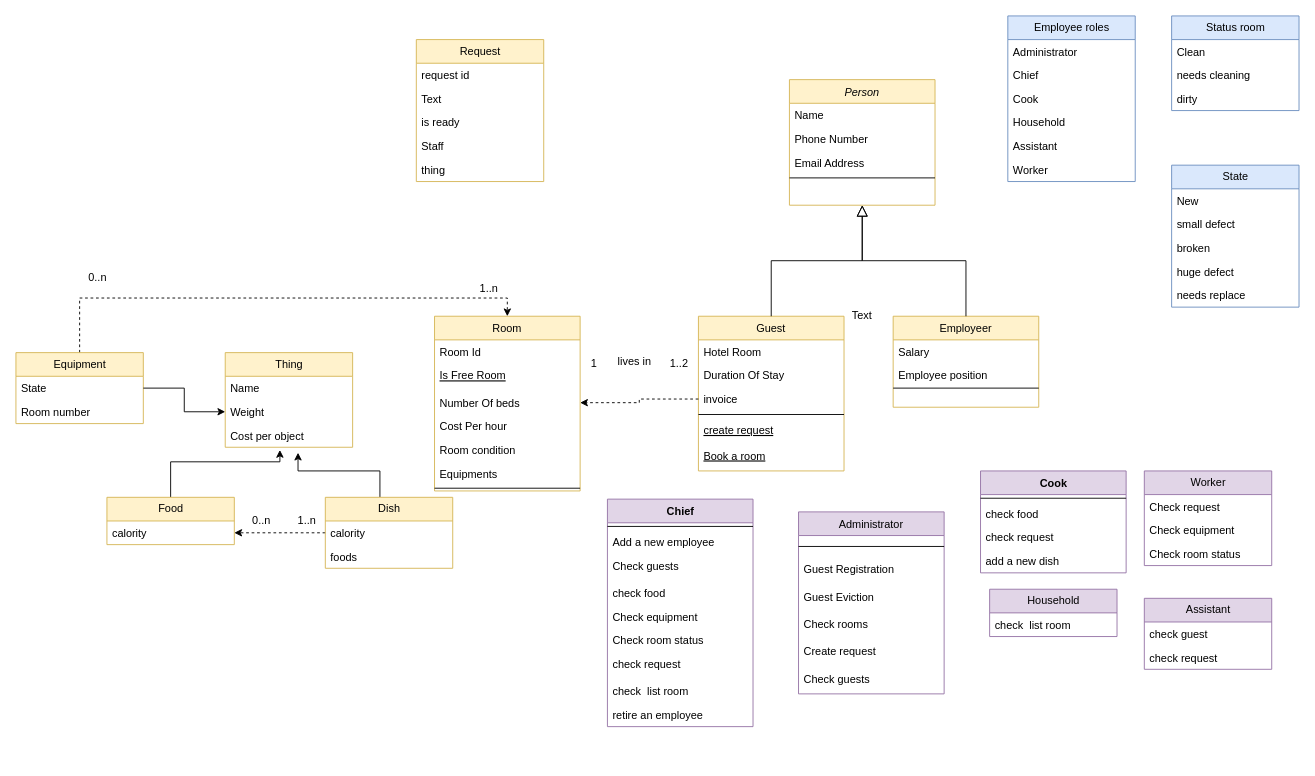
Above: Hotel.drawio in dima3sh/repo (draw.io), before the change. Source tidied: cells renumbered, new cells numbered last; positions are measured from the earlier drawing's top-left corner, leaving out a move shared by most shapes. Both pictures are drawn from the tidied source at 91%, with x=0, y=0 at pixel (15, 15).
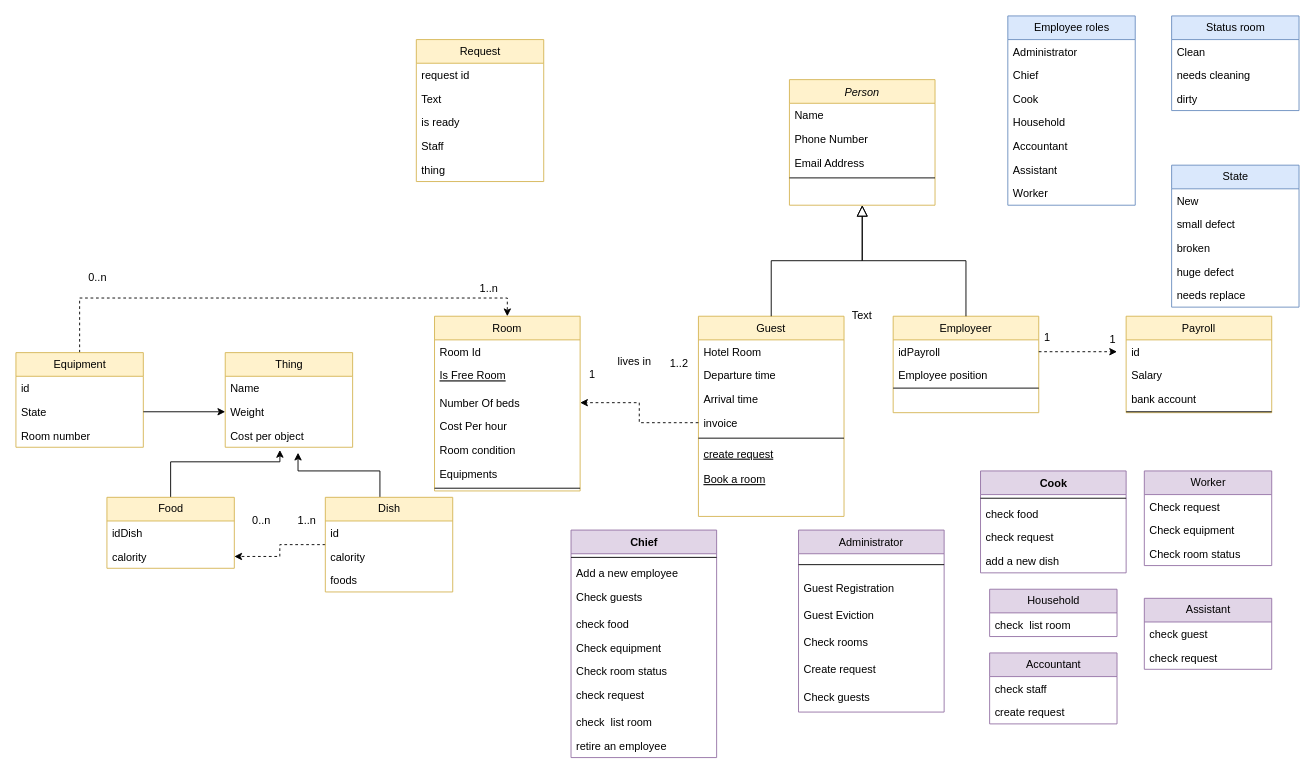
The same page after the edit.

The edit, as a diff of the source:
```diff
@@
     <mxCell id="7" value="Guest" style="swimlane;fontStyle=0;align=center;verticalAlign=top;horizontal=1;startSize=26;rounded=0;shadow=0;strokeWidth=1;fillColor=#fff2cc;strokeColor=#d6b656;" parent="1" vertex="1">
-      <mxGeometry x="750" y="330" width="160" height="170" as="geometry" />
+      <mxGeometry x="750" y="330" width="160" height="220" as="geometry" />
     </mxCell>
@@
-    <mxCell id="9" value="Duration Of Stay" style="text;align=left;verticalAlign=top;spacingLeft=4;spacingRight=4;overflow=hidden;rounded=0;shadow=0;html=0;" parent="7" vertex="1">
+    <mxCell id="9" value="Departure time" style="text;align=left;verticalAlign=top;spacingLeft=4;spacingRight=4;overflow=hidden;rounded=0;shadow=0;html=0;" parent="7" vertex="1">
       <mxGeometry y="52" width="160" height="26" as="geometry" />
     </mxCell>
+    <mxCell id="109" value="Arrival time" style="text;align=left;verticalAlign=top;spacingLeft=4;spacingRight=4;overflow=hidden;rounded=0;shadow=0;html=0;" parent="7" vertex="1">
+      <mxGeometry y="78" width="160" height="26" as="geometry" />
+    </mxCell>
     <mxCell id="10" value="invoice" style="text;align=left;verticalAlign=top;spacingLeft=4;spacingRight=4;overflow=hidden;points=[[0,0.5],[1,0.5]];portConstraint=eastwest;rounded=0;shadow=0;html=0;" parent="7" vertex="1">
-      <mxGeometry y="78" width="160" height="26" as="geometry" />
+      <mxGeometry y="104" width="160" height="26" as="geometry" />
     </mxCell>
     <mxCell id="11" style="line;html=1;strokeWidth=1;align=left;verticalAlign=middle;spacingTop=-1;spacingLeft=3;spacingRight=3;labelPosition=right;" parent="7" vertex="1">
-      <mxGeometry y="104" width="160" height="8" as="geometry" />
+      <mxGeometry y="130" width="160" height="8" as="geometry" />
     </mxCell>
     <mxCell id="12" value="create request" style="text;align=left;verticalAlign=top;spacingLeft=4;spacingRight=4;overflow=hidden;fontStyle=4;" parent="7" vertex="1">
-      <mxGeometry y="112" width="160" height="28" as="geometry" />
+      <mxGeometry y="138" width="160" height="28" as="geometry" />
     </mxCell>
     <mxCell id="13" value="Book a room" style="text;align=left;verticalAlign=top;spacingLeft=4;spacingRight=4;overflow=hidden;fontStyle=4;" parent="7" vertex="1">
-      <mxGeometry y="140" width="160" height="28" as="geometry" />
+      <mxGeometry y="166" width="160" height="28" as="geometry" />
     </mxCell>
@@
     <mxCell id="15" value="Employeer" style="swimlane;fontStyle=0;align=center;verticalAlign=top;horizontal=1;startSize=26;rounded=0;shadow=0;strokeWidth=1;fillColor=#fff2cc;strokeColor=#d6b656;" parent="1" vertex="1">
-      <mxGeometry x="964" y="330" width="160" height="100" as="geometry" />
+      <mxGeometry x="964" y="330" width="160" height="106" as="geometry" />
     </mxCell>
-    <mxCell id="16" value="Salary" style="text;align=left;verticalAlign=top;spacingLeft=4;spacingRight=4;overflow=hidden;points=[[0,0.5],[1,0.5]];portConstraint=eastwest;" parent="15" vertex="1">
+    <mxCell id="16" value="idPayroll" style="text;align=left;verticalAlign=top;spacingLeft=4;spacingRight=4;overflow=hidden;points=[[0,0.5],[1,0.5]];portConstraint=eastwest;" parent="15" vertex="1">
       <mxGeometry y="26" width="160" height="26" as="geometry" />
     </mxCell>
@@
     <mxCell id="33" value="Administrator" style="swimlane;fontStyle=0;align=center;verticalAlign=top;horizontal=1;startSize=26;rounded=0;shadow=0;strokeWidth=1;fillColor=#e1d5e7;strokeColor=#9673a6;" parent="1" vertex="1">
-      <mxGeometry x="860" y="545" width="160" height="200" as="geometry" />
+      <mxGeometry x="860" y="565" width="160" height="200" as="geometry" />
     </mxCell>
@@
     <mxCell id="40" value="1" style="align=right;verticalAlign=bottom;labelBackgroundColor=none;fontSize=12;" parent="1" vertex="1">
-      <mxGeometry x="640" y="390" as="geometry" />
+      <mxGeometry x="640" y="390" as="geometry">
+        <mxPoint x="-2" y="12" as="offset" />
+      </mxGeometry>
     </mxCell>
     <mxCell id="41" value="Chief" style="swimlane;fontStyle=1;align=center;verticalAlign=top;horizontal=1;startSize=26;rounded=0;html=1;fillColor=#e1d5e7;strokeColor=#9673a6;" parent="1" vertex="1">
-      <mxGeometry x="650" y="531" width="160" height="250" as="geometry" />
+      <mxGeometry x="610" y="565" width="160" height="250" as="geometry" />
     </mxCell>
@@
     <mxCell id="56" value="Employee roles" style="swimlane;fontStyle=0;horizontal=1;startSize=26;rounded=0;html=1;fillColor=#dae8fc;strokeColor=#6c8ebf;" parent="1" vertex="1">
-      <mxGeometry x="1090" width="140" height="182" as="geometry" />
+      <mxGeometry x="1090" width="140" height="208" as="geometry" />
     </mxCell>
@@
+    <mxCell id="110" value="Household" style="text;strokeColor=none;fillColor=none;align=left;verticalAlign=top;spacingLeft=4;spacingRight=4;overflow=hidden;" parent="56" vertex="1">
+      <mxGeometry y="104" width="140" height="26" as="geometry" />
+    </mxCell>
-    <mxCell id="60" value="Household" style="text;strokeColor=none;fillColor=none;align=left;verticalAlign=top;spacingLeft=4;spacingRight=4;overflow=hidden;" parent="56" vertex="1">
-      <mxGeometry y="104" width="140" height="26" as="geometry" />
+    <mxCell id="60" value="Accountant" style="text;strokeColor=none;fillColor=none;align=left;verticalAlign=top;spacingLeft=4;spacingRight=4;overflow=hidden;" parent="56" vertex="1">
+      <mxGeometry y="130" width="140" height="26" as="geometry" />
     </mxCell>
     <mxCell id="61" value="Assistant" style="text;strokeColor=none;fillColor=none;align=left;verticalAlign=top;spacingLeft=4;spacingRight=4;overflow=hidden;" parent="56" vertex="1">
-      <mxGeometry y="130" width="140" height="26" as="geometry" />
+      <mxGeometry y="156" width="140" height="26" as="geometry" />
     </mxCell>
     <mxCell id="62" value="Worker" style="text;strokeColor=none;fillColor=none;align=left;verticalAlign=top;spacingLeft=4;spacingRight=4;overflow=hidden;" parent="56" vertex="1">
-      <mxGeometry y="156" width="140" height="26" as="geometry" />
+      <mxGeometry y="182" width="140" height="26" as="geometry" />
     </mxCell>
@@
     <mxCell id="72" value="Food" style="swimlane;fontStyle=0;horizontal=1;startSize=26;fillColor=#fff2cc;rounded=0;html=1;strokeColor=#d6b656;" parent="1" vertex="1">
-      <mxGeometry x="100" y="529" width="140" height="52" as="geometry" />
+      <mxGeometry x="100" y="529" width="140" height="78" as="geometry" />
     </mxCell>
+    <mxCell id="111" value="idDish" style="text;strokeColor=none;fillColor=none;align=left;verticalAlign=top;spacingLeft=4;spacingRight=4;overflow=hidden;" parent="72" vertex="1">
+      <mxGeometry y="26" width="140" height="26" as="geometry" />
+    </mxCell>
     <mxCell id="73" value="calority" style="text;strokeColor=none;fillColor=none;align=left;verticalAlign=top;spacingLeft=4;spacingRight=4;overflow=hidden;points=[[0,0.5],[1,0.5]];portConstraint=eastwest;" parent="72" vertex="1">
-      <mxGeometry y="26" width="140" height="26" as="geometry" />
+      <mxGeometry y="52" width="140" height="26" as="geometry" />
     </mxCell>
@@
     <mxCell id="76" value="Dish" style="swimlane;fontStyle=0;horizontal=1;startSize=26;fillColor=#fff2cc;rounded=0;html=1;strokeColor=#d6b656;" parent="1" vertex="1">
-      <mxGeometry x="340" y="529" width="140" height="78" as="geometry" />
+      <mxGeometry x="340" y="529" width="140" height="104" as="geometry" />
     </mxCell>
+    <mxCell id="112" value="id" style="text;strokeColor=none;fillColor=none;align=left;verticalAlign=top;spacingLeft=4;spacingRight=4;overflow=hidden;" parent="76" vertex="1">
+      <mxGeometry y="26" width="140" height="26" as="geometry" />
+    </mxCell>
     <mxCell id="77" value="calority" style="text;strokeColor=none;fillColor=none;align=left;verticalAlign=top;spacingLeft=4;spacingRight=4;overflow=hidden;" parent="76" vertex="1">
-      <mxGeometry y="26" width="140" height="26" as="geometry" />
+      <mxGeometry y="52" width="140" height="26" as="geometry" />
     </mxCell>
     <mxCell id="78" value="foods" style="text;strokeColor=none;fillColor=none;align=left;verticalAlign=top;spacingLeft=4;spacingRight=4;overflow=hidden;" parent="76" vertex="1">
-      <mxGeometry y="52" width="140" height="26" as="geometry" />
+      <mxGeometry y="78" width="140" height="26" as="geometry" />
     </mxCell>
@@
     <mxCell id="82" value="Equipment" style="swimlane;fontStyle=0;horizontal=1;startSize=26;rounded=0;html=1;fillColor=#fff2cc;strokeColor=#d6b656;" parent="1" vertex="1">
-      <mxGeometry y="370" width="140" height="78" as="geometry" />
+      <mxGeometry y="370" width="140" height="104" as="geometry" />
     </mxCell>
+    <mxCell id="113" value="id" style="text;strokeColor=none;fillColor=none;align=left;verticalAlign=top;spacingLeft=4;spacingRight=4;overflow=hidden;" parent="82" vertex="1">
+      <mxGeometry y="26" width="140" height="26" as="geometry" />
+    </mxCell>
     <mxCell id="83" value="State" style="text;strokeColor=none;fillColor=none;align=left;verticalAlign=top;spacingLeft=4;spacingRight=4;overflow=hidden;points=[[0,0.5],[1,0.5]];portConstraint=eastwest;" parent="82" vertex="1">
-      <mxGeometry y="26" width="140" height="26" as="geometry" />
+      <mxGeometry y="52" width="140" height="26" as="geometry" />
     </mxCell>
     <mxCell id="84" value="Room number" style="text;strokeColor=none;fillColor=none;align=left;verticalAlign=top;spacingLeft=4;spacingRight=4;overflow=hidden;" parent="82" vertex="1">
-      <mxGeometry y="52" width="140" height="26" as="geometry" />
+      <mxGeometry y="78" width="140" height="26" as="geometry" />
     </mxCell>
@@
+    <mxCell id="114" value="Payroll" style="swimlane;fontStyle=0;align=center;verticalAlign=top;horizontal=1;startSize=26;rounded=0;shadow=0;strokeWidth=1;fillColor=#fff2cc;strokeColor=#d6b656;" parent="1" vertex="1">
+      <mxGeometry x="1220" y="330" width="160" height="106" as="geometry" />
+    </mxCell>
+    <mxCell id="115" value="id" style="text;align=left;verticalAlign=top;spacingLeft=4;spacingRight=4;overflow=hidden;" parent="114" vertex="1">
+      <mxGeometry y="26" width="160" height="26" as="geometry" />
+    </mxCell>
+    <mxCell id="116" value="Salary" style="text;align=left;verticalAlign=top;spacingLeft=4;spacingRight=4;overflow=hidden;" parent="114" vertex="1">
+      <mxGeometry y="52" width="160" height="26" as="geometry" />
+    </mxCell>
+    <mxCell id="117" value="bank account" style="text;align=left;verticalAlign=top;spacingLeft=4;spacingRight=4;overflow=hidden;" parent="114" vertex="1">
+      <mxGeometry y="78" width="160" height="26" as="geometry" />
+    </mxCell>
+    <mxCell id="118" style="line;html=1;strokeWidth=1;align=left;verticalAlign=middle;spacingTop=-1;spacingLeft=3;spacingRight=3;labelPosition=right;" parent="114" vertex="1">
+      <mxGeometry y="104" width="160" height="2" as="geometry" />
+    </mxCell>
+    <mxCell id="119" style="edgeStyle=orthogonalEdgeStyle;rounded=0;jettySize=auto;html=1;dashed=1;" parent="1" edge="1" source="16">
+      <mxGeometry relative="1" as="geometry">
+        <mxPoint x="1210" y="369" as="targetPoint" />
+      </mxGeometry>
+    </mxCell>
+    <mxCell id="120" value="1" style="align=right;verticalAlign=bottom;labelBackgroundColor=none;fontSize=12;" parent="1" vertex="1">
+      <mxGeometry x="1140" y="350" as="geometry">
+        <mxPoint x="-2" y="12" as="offset" />
+      </mxGeometry>
+    </mxCell>
+    <mxCell id="121" value="1" style="align=right;verticalAlign=bottom;labelBackgroundColor=none;fontSize=12;" parent="1" vertex="1">
+      <mxGeometry x="660" y="415" as="geometry">
+        <mxPoint x="550" y="-51" as="offset" />
+      </mxGeometry>
+    </mxCell>
+    <mxCell id="122" value="Accountant" style="swimlane;fontStyle=0;horizontal=1;startSize=26;fillColor=#e1d5e7;rounded=0;html=1;strokeColor=#9673a6;" parent="1" vertex="1">
+      <mxGeometry x="1070" y="700" width="140" height="78" as="geometry" />
+    </mxCell>
+    <mxCell id="123" value="check staff" style="text;strokeColor=none;fillColor=none;align=left;verticalAlign=top;spacingLeft=4;spacingRight=4;overflow=hidden;" parent="122" vertex="1">
+      <mxGeometry y="26" width="140" height="26" as="geometry" />
+    </mxCell>
+    <mxCell id="124" value="create request" style="text;strokeColor=none;fillColor=none;align=left;verticalAlign=top;spacingLeft=4;spacingRight=4;overflow=hidden;" parent="122" vertex="1">
+      <mxGeometry y="52" width="140" height="26" as="geometry" />
+    </mxCell>
```
